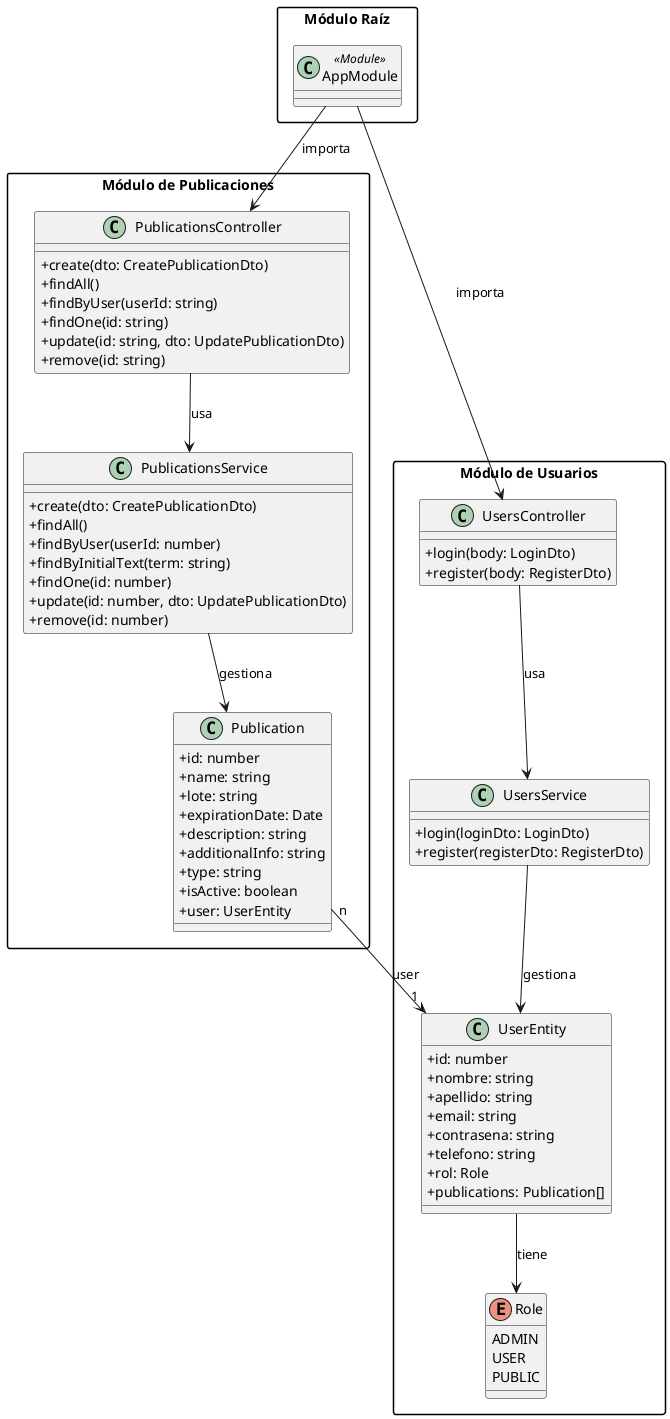
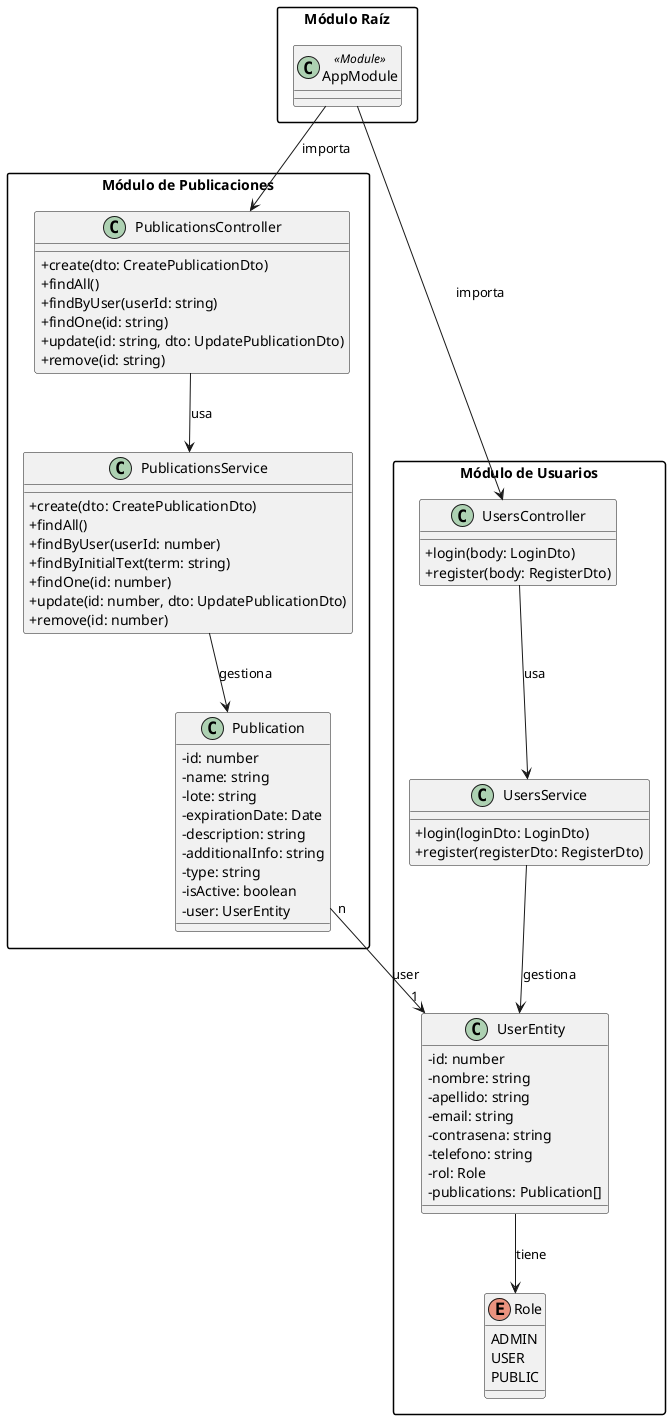
@startuml
skinparam classAttributeIconSize 0
skinparam packageStyle rectangle

package "Módulo Raíz" {
    class AppModule <<Module>> {
    }
}

package "Módulo de Usuarios" {
    enum Role {
        ADMIN
        USER
        PUBLIC
    }

    class UsersController {
        + login(body: LoginDto)
        + register(body: RegisterDto)
    }

    class UsersService {
        + login(loginDto: LoginDto)
        + register(registerDto: RegisterDto)
    }

    class UserEntity {
-         + id: number
-         + nombre: string
-         + apellido: string
-         + email: string
-         + contrasena: string
-         + telefono: string
-         + rol: Role
-         + publications: Publication[]
+         - id: number
+         - nombre: string
+         - apellido: string
+         - email: string
+         - contrasena: string
+         - telefono: string
+         - rol: Role
+         - publications: Publication[]
    }

    UsersController --> UsersService : "usa"
    UsersService --> UserEntity : "gestiona"
    UserEntity --> Role : "tiene"
}

package "Módulo de Publicaciones" {
    class PublicationsController {
        + create(dto: CreatePublicationDto)
        + findAll()
        + findByUser(userId: string)
        + findOne(id: string)
        + update(id: string, dto: UpdatePublicationDto)
        + remove(id: string)
    }

    class PublicationsService {
        + create(dto: CreatePublicationDto)
        + findAll()
        + findByUser(userId: number)
        + findByInitialText(term: string)
        + findOne(id: number)
        + update(id: number, dto: UpdatePublicationDto)
        + remove(id: number)
    }

    class Publication {
-         + id: number
-         + name: string
-         + lote: string
-         + expirationDate: Date
-         + description: string
-         + additionalInfo: string
-         + type: string
-         + isActive: boolean
-         + user: UserEntity
+         - id: number
+         - name: string
+         - lote: string
+         - expirationDate: Date
+         - description: string
+         - additionalInfo: string
+         - type: string
+         - isActive: boolean
+         - user: UserEntity
    }

    PublicationsController --> PublicationsService : "usa"
    PublicationsService --> Publication : "gestiona"
}

AppModule --> UsersController : "importa"
AppModule --> PublicationsController : "importa"

Publication "n" --> "1" UserEntity : "user"
@enduml
